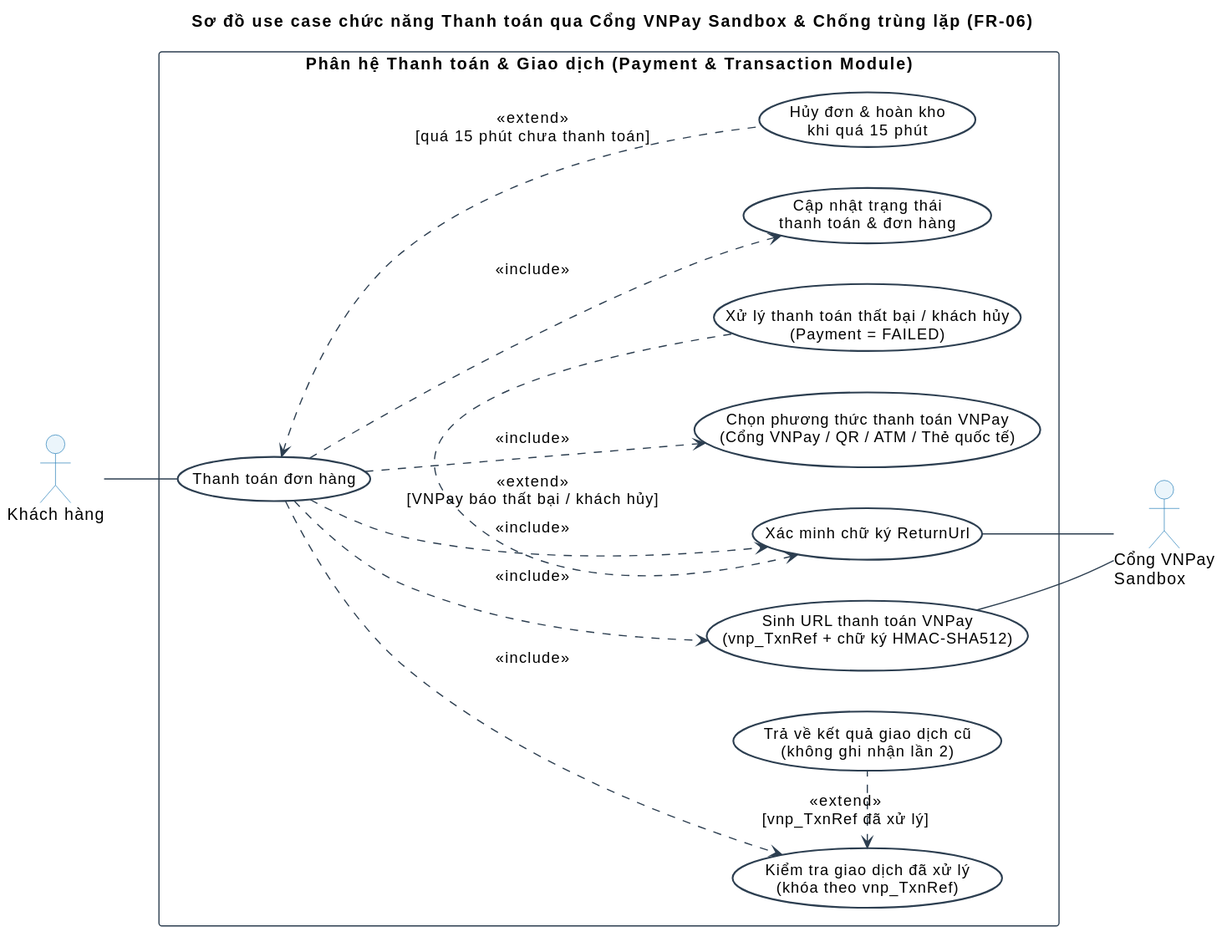
Earlier version of the PlantUML export docs/diagrams/payment/usecase-payment.svg (Phuc280106/BrewLite2).
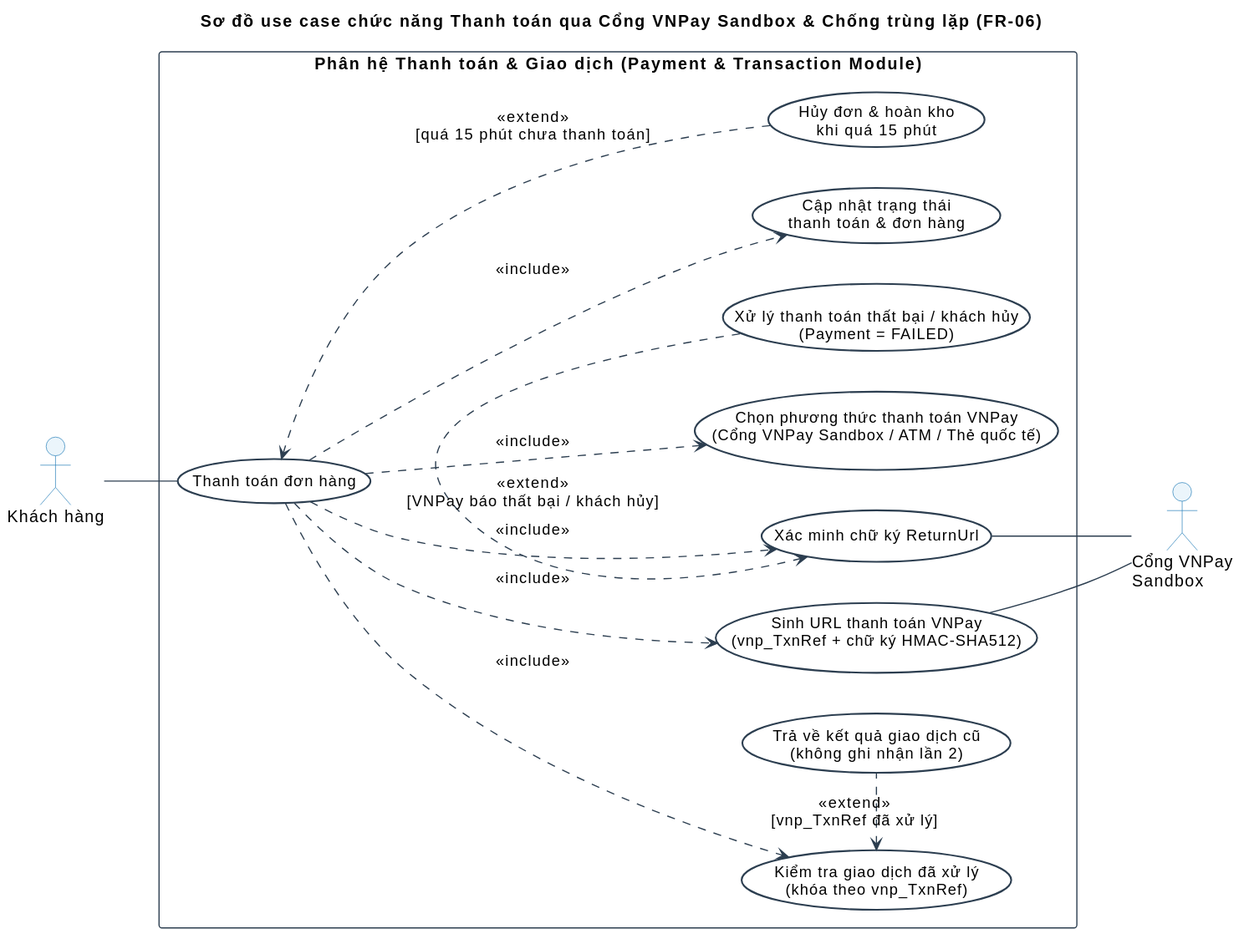
After the change.

Commit message:
docs(diagrams): render lai anh svg cho usecase va sequence theo dung puml da sua

What changed in the source:
```diff
@@ -24,7 +24,7 @@
 rectangle "Phân hệ Thanh toán & Giao dịch (Payment & Transaction Module)" {
     usecase "Thanh toán đơn hàng" as UC_Pay
 
-    usecase "Chọn phương thức thanh toán VNPay\n(Cổng VNPay / QR / ATM / Thẻ quốc tế)" as UC_Method
+    usecase "Chọn phương thức thanh toán VNPay\n(Cổng VNPay Sandbox / ATM / Thẻ quốc tế)" as UC_Method
     usecase "Sinh URL thanh toán VNPay\n(vnp_TxnRef + chữ ký HMAC-SHA512)" as UC_CreateUrl
     usecase "Xác minh chữ ký ReturnUrl" as UC_Verify
     usecase "Kiểm tra giao dịch đã xử lý\n(khóa theo vnp_TxnRef)" as UC_CheckKey
```
